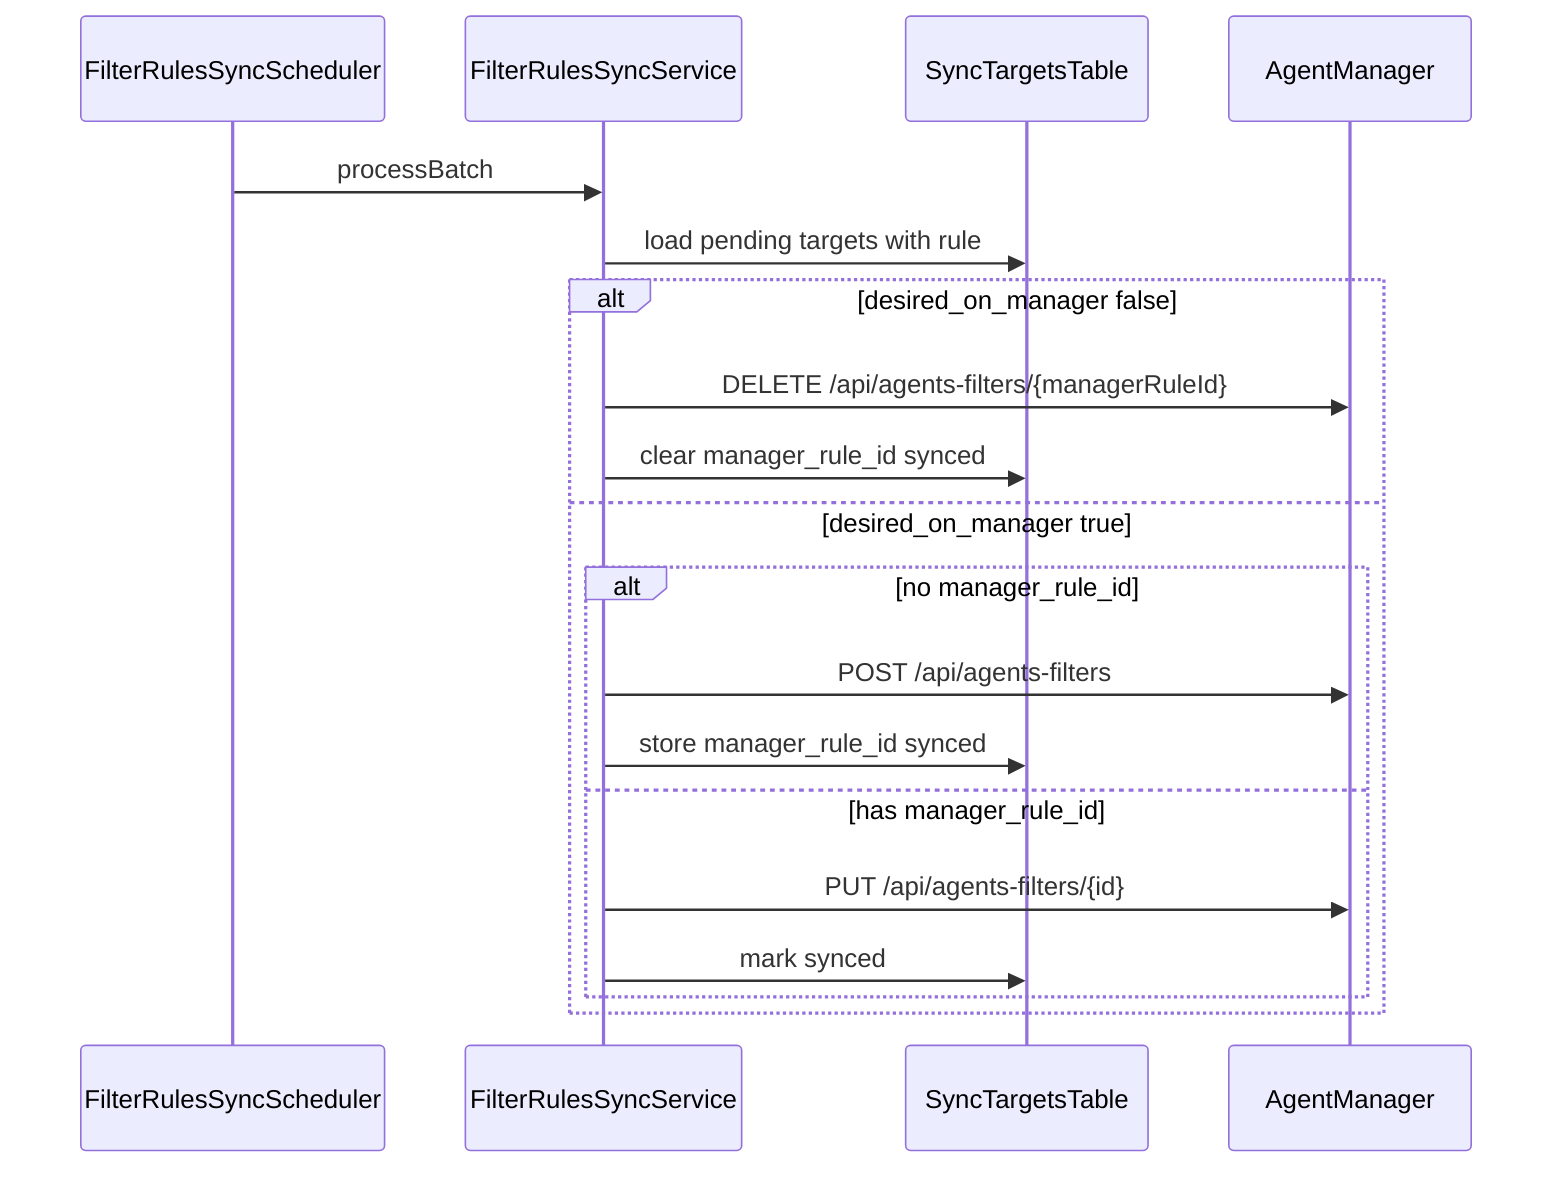
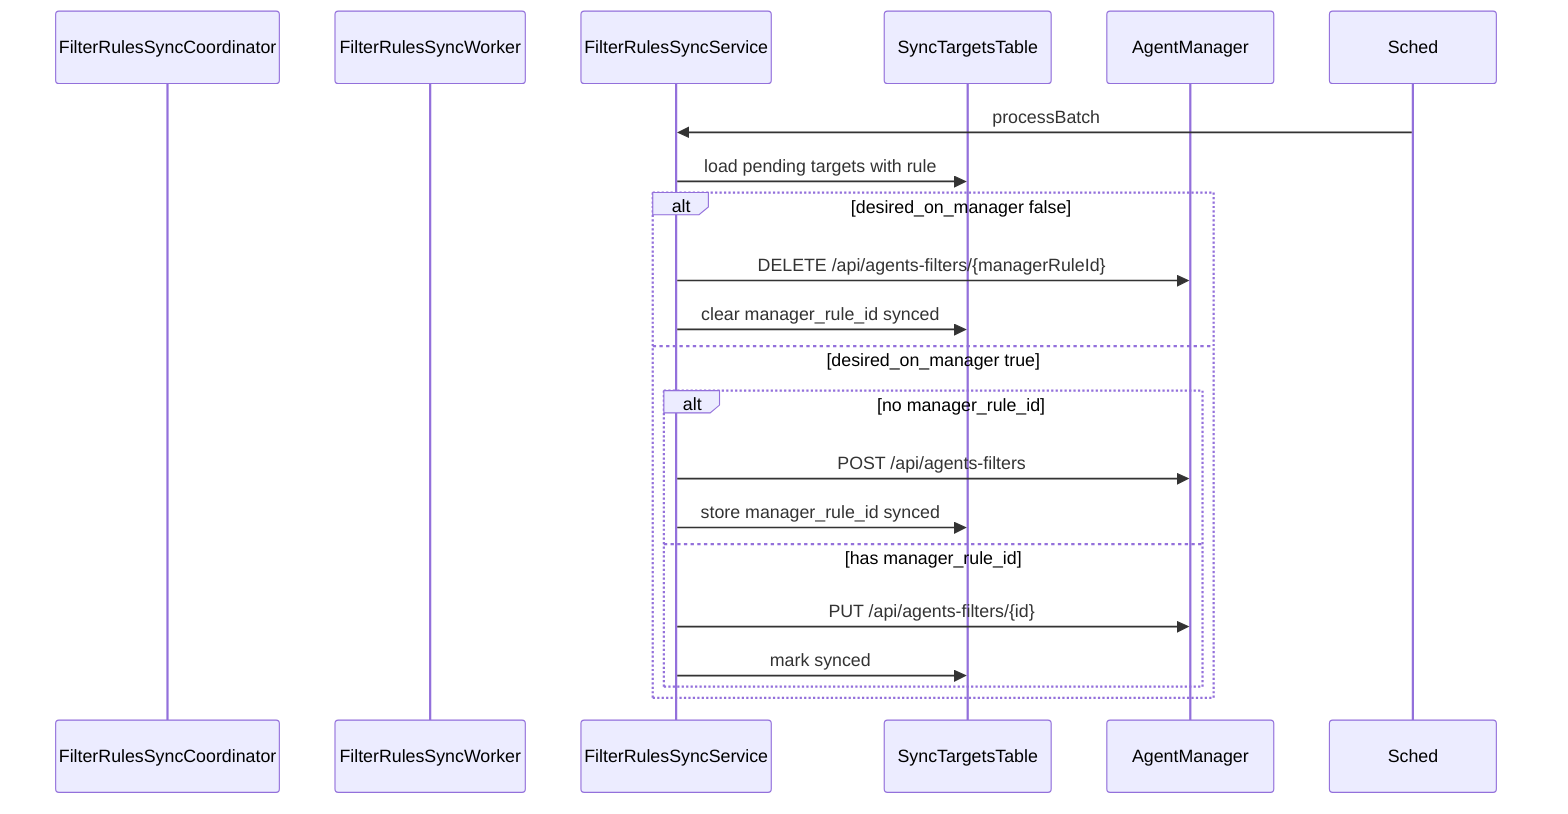
sequenceDiagram
-   participant Sched as FilterRulesSyncScheduler
+   participant Coord as FilterRulesSyncCoordinator
+   participant Worker as FilterRulesSyncWorker
  participant Sync as FilterRulesSyncService
  participant DB as SyncTargetsTable
  participant AM as AgentManager

  Sched->>Sync: processBatch
  Sync->>DB: load pending targets with rule
  alt desired_on_manager false
    Sync->>AM: DELETE /api/agents-filters/{managerRuleId}
    Sync->>DB: clear manager_rule_id synced
  else desired_on_manager true
    alt no manager_rule_id
      Sync->>AM: POST /api/agents-filters
      Sync->>DB: store manager_rule_id synced
    else has manager_rule_id
      Sync->>AM: PUT /api/agents-filters/{id}
      Sync->>DB: mark synced
    end
  end
